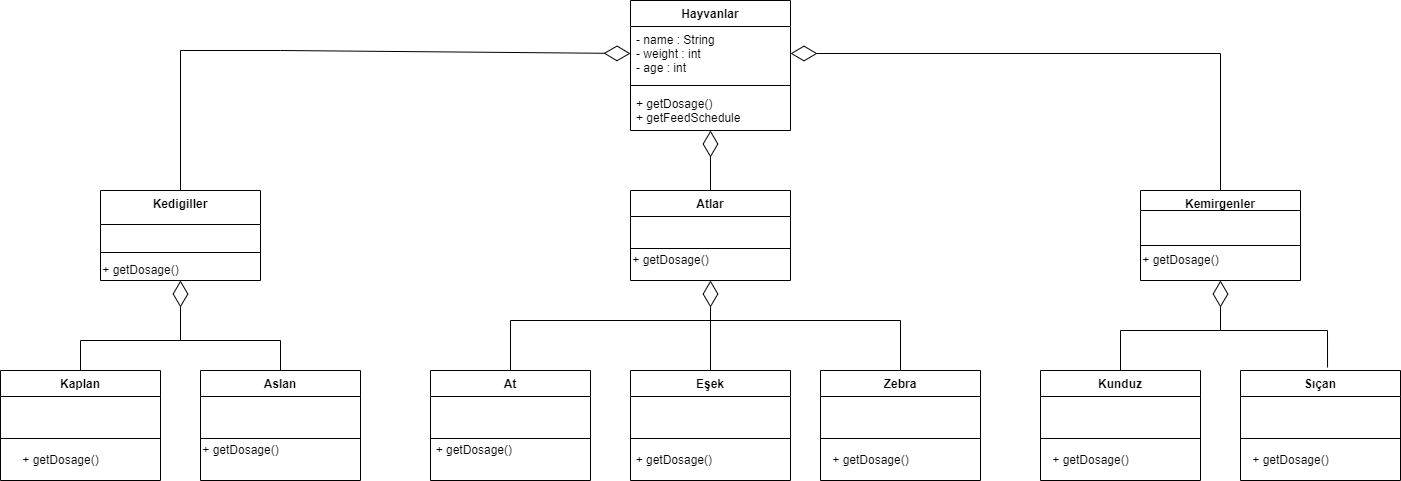
This is ZooManagementSystem.drawio.png from berkebeysi/Java101, a draw.io export, as it was before one commit. Source tidied: cells renumbered, new cells last; positions are measured from the earlier drawing's top-left corner, leaving out a move shared by most shapes. Source of this version:
```xml
<mxGraphModel>
  <root>
    <mxCell id="0" />
    <mxCell id="1" parent="0" />
    <mxCell id="2" value="Sıçan" style="swimlane;fontStyle=1;align=center;verticalAlign=top;horizontal=1;startSize=26;" parent="1" vertex="1">
      <mxGeometry x="1240" y="370" width="160" height="110" as="geometry" />
    </mxCell>
    <mxCell id="3" style="line;strokeWidth=1;fillColor=none;align=left;verticalAlign=middle;spacingTop=-1;spacingLeft=3;spacingRight=3;labelPosition=right;" parent="2" vertex="1">
      <mxGeometry y="26" width="160" height="84" as="geometry" />
    </mxCell>
    <mxCell id="4" value="Kunduz" style="swimlane;fontStyle=1;align=center;verticalAlign=top;horizontal=1;startSize=26;" parent="1" vertex="1">
      <mxGeometry x="1040" y="370" width="160" height="110" as="geometry" />
    </mxCell>
    <mxCell id="5" style="line;strokeWidth=1;fillColor=none;align=left;verticalAlign=middle;spacingTop=-1;spacingLeft=3;spacingRight=3;labelPosition=right;" parent="4" vertex="1">
      <mxGeometry y="26" width="160" height="84" as="geometry" />
    </mxCell>
    <mxCell id="6" value="Kemirgenler" style="swimlane;fontStyle=1;align=center;verticalAlign=top;horizontal=1;startSize=20;" parent="1" vertex="1">
      <mxGeometry x="1140" y="190" width="160" height="90" as="geometry" />
    </mxCell>
    <mxCell id="7" style="line;strokeWidth=1;fillColor=none;align=left;verticalAlign=middle;spacingTop=-1;spacingLeft=3;spacingRight=3;labelPosition=right;" parent="6" vertex="1">
      <mxGeometry y="20" width="160" height="70" as="geometry" />
    </mxCell>
    <mxCell id="8" value="Aslan" style="swimlane;fontStyle=1;align=center;verticalAlign=top;horizontal=1;startSize=26;" parent="1" vertex="1">
      <mxGeometry x="200" y="370" width="160" height="110" as="geometry" />
    </mxCell>
    <mxCell id="9" style="line;strokeWidth=1;fillColor=none;align=left;verticalAlign=middle;spacingTop=-1;spacingLeft=3;spacingRight=3;labelPosition=right;" parent="8" vertex="1">
      <mxGeometry y="26" width="160" height="84" as="geometry" />
    </mxCell>
    <mxCell id="10" value="Kaplan" style="swimlane;fontStyle=1;align=center;verticalAlign=top;horizontal=1;startSize=26;" parent="1" vertex="1">
      <mxGeometry y="370" width="160" height="110" as="geometry" />
    </mxCell>
    <mxCell id="11" style="line;strokeWidth=1;fillColor=none;align=left;verticalAlign=middle;spacingTop=-1;spacingLeft=3;spacingRight=3;labelPosition=right;" parent="10" vertex="1">
      <mxGeometry y="26" width="160" height="84" as="geometry" />
    </mxCell>
    <mxCell id="12" value="Kedigiller" style="swimlane;fontStyle=1;align=center;verticalAlign=top;horizontal=1;startSize=34;" parent="1" vertex="1">
      <mxGeometry x="100" y="190" width="160" height="90" as="geometry" />
    </mxCell>
    <mxCell id="13" style="line;strokeWidth=1;fillColor=none;align=left;verticalAlign=middle;spacingTop=-1;spacingLeft=3;spacingRight=3;labelPosition=right;" parent="12" vertex="1">
      <mxGeometry y="34" width="160" height="56" as="geometry" />
    </mxCell>
    <mxCell id="14" value="Eşek" style="swimlane;fontStyle=1;align=center;verticalAlign=top;horizontal=1;startSize=26;" parent="1" vertex="1">
      <mxGeometry x="630" y="370" width="160" height="110" as="geometry" />
    </mxCell>
    <mxCell id="15" style="line;strokeWidth=1;fillColor=none;align=left;verticalAlign=middle;spacingTop=-1;spacingLeft=3;spacingRight=3;labelPosition=right;" parent="14" vertex="1">
      <mxGeometry y="26" width="160" height="84" as="geometry" />
    </mxCell>
    <mxCell id="16" value="Zebra" style="swimlane;fontStyle=1;align=center;verticalAlign=top;horizontal=1;startSize=26;" parent="1" vertex="1">
      <mxGeometry x="820" y="370" width="160" height="110" as="geometry" />
    </mxCell>
    <mxCell id="17" style="line;strokeWidth=1;fillColor=none;align=left;verticalAlign=middle;spacingTop=-1;spacingLeft=3;spacingRight=3;labelPosition=right;" parent="16" vertex="1">
      <mxGeometry y="26" width="160" height="84" as="geometry" />
    </mxCell>
    <mxCell id="18" value="At" style="swimlane;fontStyle=1;align=center;verticalAlign=top;horizontal=1;startSize=26;" parent="1" vertex="1">
      <mxGeometry x="430" y="370" width="160" height="110" as="geometry" />
    </mxCell>
    <mxCell id="19" style="line;strokeWidth=1;fillColor=none;align=left;verticalAlign=middle;spacingTop=-1;spacingLeft=3;spacingRight=3;labelPosition=right;" parent="18" vertex="1">
      <mxGeometry y="26" width="160" height="84" as="geometry" />
    </mxCell>
    <mxCell id="20" value="Atlar" style="swimlane;fontStyle=1;align=center;verticalAlign=top;horizontal=1;startSize=26;" parent="1" vertex="1">
      <mxGeometry x="630" y="190" width="160" height="90" as="geometry" />
    </mxCell>
    <mxCell id="21" style="line;strokeWidth=1;fillColor=none;align=left;verticalAlign=middle;spacingTop=-1;spacingLeft=3;spacingRight=3;labelPosition=right;points=[];portConstraint=eastwest;" parent="20" vertex="1">
      <mxGeometry y="26" width="160" height="64" as="geometry" />
    </mxCell>
    <mxCell id="22" value="Hayvanlar&#10;" style="swimlane;fontStyle=1;align=center;verticalAlign=top;horizontal=1;startSize=26;" parent="1" vertex="1">
      <mxGeometry x="630" width="160" height="130" as="geometry" />
    </mxCell>
    <mxCell id="23" value="- name : String&#10;- weight : int&#10;- age : int" style="text;strokeColor=none;fillColor=none;align=left;verticalAlign=top;spacingLeft=4;spacingRight=4;overflow=hidden;points=[[0,0.5],[1,0.5]];portConstraint=eastwest;" parent="22" vertex="1">
      <mxGeometry y="26" width="160" height="54" as="geometry" />
    </mxCell>
    <mxCell id="24" style="line;strokeWidth=1;fillColor=none;align=left;verticalAlign=middle;spacingTop=-1;spacingLeft=3;spacingRight=3;labelPosition=right;" parent="22" vertex="1">
      <mxGeometry y="80" width="160" height="10" as="geometry" />
    </mxCell>
    <mxCell id="25" value="+ getDosage()&#10;+ getFeedSchedule" style="text;strokeColor=none;fillColor=none;align=left;verticalAlign=top;spacingLeft=4;spacingRight=4;overflow=hidden;" parent="22" vertex="1">
      <mxGeometry y="90" width="160" height="40" as="geometry" />
    </mxCell>
    <mxCell id="26" style="endArrow=diamondThin;endFill=0;endSize=24;html=1;rounded=0;exitX=0.5;exitY=0;exitDx=0;exitDy=0;" parent="1" edge="1" source="20">
      <mxGeometry relative="1" as="geometry">
        <mxPoint x="710" y="130" as="targetPoint" />
      </mxGeometry>
    </mxCell>
    <mxCell id="27" style="endArrow=diamondThin;endFill=0;endSize=24;html=1;rounded=0;exitX=0.5;exitY=0;exitDx=0;exitDy=0;entryX=0;entryY=0.5;entryDx=0;entryDy=0;" parent="1" edge="1" source="12" target="23">
      <mxGeometry relative="1" as="geometry">
        <Array as="points">
          <mxPoint x="180" y="50" />
          <mxPoint x="280" y="50" />
        </Array>
      </mxGeometry>
    </mxCell>
    <mxCell id="28" style="endArrow=diamondThin;endFill=0;endSize=24;html=1;rounded=0;exitX=0.5;exitY=0;exitDx=0;exitDy=0;entryX=1;entryY=0.5;entryDx=0;entryDy=0;" parent="1" edge="1" source="6" target="23">
      <mxGeometry relative="1" as="geometry">
        <Array as="points">
          <mxPoint x="1220" y="53" />
        </Array>
      </mxGeometry>
    </mxCell>
    <mxCell id="29" style="endArrow=none;html=1;rounded=0;entryX=0.5;entryY=0;entryDx=0;entryDy=0;exitX=0.5;exitY=0;exitDx=0;exitDy=0;" parent="1" edge="1" source="18" target="16">
      <mxGeometry relative="1" as="geometry">
        <Array as="points">
          <mxPoint x="510" y="320" />
          <mxPoint x="900" y="320" />
        </Array>
      </mxGeometry>
    </mxCell>
    <mxCell id="30" style="endArrow=none;html=1;rounded=0;entryX=0.5;entryY=0;entryDx=0;entryDy=0;" parent="1" edge="1" target="14">
      <mxGeometry relative="1" as="geometry">
        <mxPoint x="710" y="320" as="sourcePoint" />
      </mxGeometry>
    </mxCell>
    <mxCell id="31" style="endArrow=diamondThin;endFill=0;endSize=24;html=1;rounded=0;" parent="1" edge="1" target="21">
      <mxGeometry relative="1" as="geometry">
        <mxPoint x="710" y="320" as="sourcePoint" />
      </mxGeometry>
    </mxCell>
    <mxCell id="32" style="endArrow=none;html=1;rounded=0;entryX=0.5;entryY=0;entryDx=0;entryDy=0;exitX=0.5;exitY=0;exitDx=0;exitDy=0;" parent="1" edge="1" source="10" target="8">
      <mxGeometry relative="1" as="geometry">
        <Array as="points">
          <mxPoint x="80" y="340" />
          <mxPoint x="280" y="340" />
        </Array>
      </mxGeometry>
    </mxCell>
    <mxCell id="33" style="endArrow=diamondThin;endFill=0;endSize=24;html=1;rounded=0;entryX=0.5;entryY=1;entryDx=0;entryDy=0;" parent="1" edge="1" target="12">
      <mxGeometry relative="1" as="geometry">
        <mxPoint x="180" y="340" as="sourcePoint" />
      </mxGeometry>
    </mxCell>
    <mxCell id="34" style="endArrow=none;html=1;rounded=0;exitX=0.5;exitY=0;exitDx=0;exitDy=0;entryX=0.544;entryY=-0.027;entryDx=0;entryDy=0;entryPerimeter=0;" parent="1" edge="1" source="4" target="2">
      <mxGeometry relative="1" as="geometry">
        <Array as="points">
          <mxPoint x="1120" y="330" />
          <mxPoint x="1327" y="330" />
        </Array>
      </mxGeometry>
    </mxCell>
    <mxCell id="35" style="endArrow=diamondThin;endFill=0;endSize=24;html=1;rounded=0;entryX=0.5;entryY=1;entryDx=0;entryDy=0;" parent="1" edge="1" target="6">
      <mxGeometry relative="1" as="geometry">
        <mxPoint x="1220" y="330" as="sourcePoint" />
      </mxGeometry>
    </mxCell>
    <mxCell id="36" value="&lt;span style=&quot;text-align: left;&quot;&gt;+ getDosage()&lt;/span&gt;" style="text;html=1;align=center;verticalAlign=middle;strokeColor=none;fillColor=none;" parent="1" vertex="1">
      <mxGeometry x="625" y="250" width="90" height="20" as="geometry" />
    </mxCell>
    <mxCell id="37" value="&lt;span style=&quot;text-align: left;&quot;&gt;+ getDosage()&lt;/span&gt;" style="text;html=1;align=center;verticalAlign=middle;strokeColor=none;fillColor=none;" parent="1" vertex="1">
      <mxGeometry x="95" y="260" width="90" height="20" as="geometry" />
    </mxCell>
    <mxCell id="38" value="&lt;span style=&quot;text-align: left;&quot;&gt;+ getDosage()&lt;/span&gt;" style="text;html=1;align=center;verticalAlign=middle;strokeColor=none;fillColor=none;" parent="1" vertex="1">
      <mxGeometry x="15" y="450" width="90" height="20" as="geometry" />
    </mxCell>
    <mxCell id="39" value="&lt;span style=&quot;text-align: left;&quot;&gt;+ getDosage()&lt;/span&gt;" style="text;html=1;align=center;verticalAlign=middle;strokeColor=none;fillColor=none;" parent="1" vertex="1">
      <mxGeometry x="195" y="440" width="90" height="20" as="geometry" />
    </mxCell>
    <mxCell id="40" value="&lt;span style=&quot;text-align: left;&quot;&gt;&amp;nbsp; &amp;nbsp; &amp;nbsp; &amp;nbsp; + getDosage()&lt;/span&gt;" style="text;html=1;align=center;verticalAlign=middle;strokeColor=none;fillColor=none;" parent="1" vertex="1">
      <mxGeometry x="400" y="440" width="120" height="20" as="geometry" />
    </mxCell>
    <mxCell id="41" value="&lt;span style=&quot;text-align: left;&quot;&gt;&amp;nbsp; &amp;nbsp; &amp;nbsp; &amp;nbsp; + getDosage()&lt;/span&gt;" style="text;html=1;align=center;verticalAlign=middle;strokeColor=none;fillColor=none;" parent="1" vertex="1">
      <mxGeometry x="600" y="450" width="120" height="20" as="geometry" />
    </mxCell>
    <mxCell id="42" value="&lt;span style=&quot;text-align: left;&quot;&gt;+ getDosage()&lt;/span&gt;" style="text;html=1;align=center;verticalAlign=middle;strokeColor=none;fillColor=none;" parent="1" vertex="1">
      <mxGeometry x="825" y="450" width="90" height="20" as="geometry" />
    </mxCell>
    <mxCell id="43" value="&lt;span style=&quot;text-align: left;&quot;&gt;+ getDosage()&lt;/span&gt;" style="text;html=1;align=center;verticalAlign=middle;strokeColor=none;fillColor=none;" parent="1" vertex="1">
      <mxGeometry x="1045" y="450" width="90" height="20" as="geometry" />
    </mxCell>
    <mxCell id="44" value="&lt;span style=&quot;text-align: left;&quot;&gt;+ getDosage()&lt;/span&gt;" style="text;html=1;align=center;verticalAlign=middle;strokeColor=none;fillColor=none;" parent="1" vertex="1">
      <mxGeometry x="1245" y="450" width="90" height="20" as="geometry" />
    </mxCell>
    <mxCell id="45" value="&lt;span style=&quot;text-align: left;&quot;&gt;+ getDosage()&lt;/span&gt;" style="text;html=1;align=center;verticalAlign=middle;strokeColor=none;fillColor=none;" parent="1" vertex="1">
      <mxGeometry x="1135" y="250" width="90" height="20" as="geometry" />
    </mxCell>
  </root>
</mxGraphModel>
```
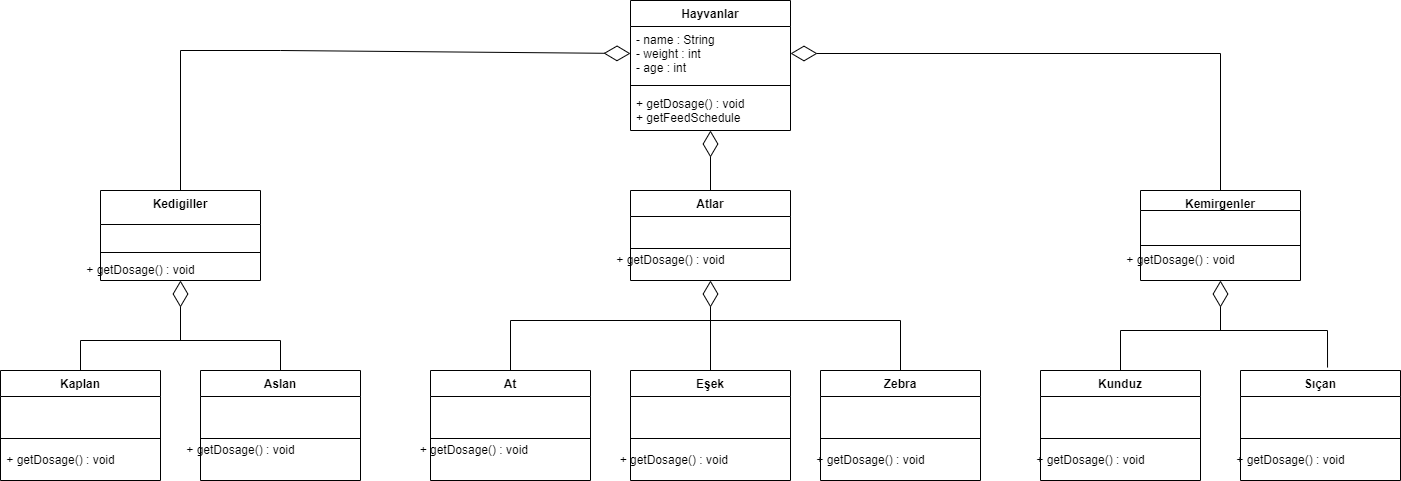
Later version of the same file.

The edit, as a diff of the source:
```diff
@@ -71,7 +71,7 @@
     <mxCell id="24" style="line;strokeWidth=1;fillColor=none;align=left;verticalAlign=middle;spacingTop=-1;spacingLeft=3;spacingRight=3;labelPosition=right;" parent="22" vertex="1">
       <mxGeometry y="80" width="160" height="10" as="geometry" />
     </mxCell>
-    <mxCell id="25" value="+ getDosage()&#10;+ getFeedSchedule" style="text;strokeColor=none;fillColor=none;align=left;verticalAlign=top;spacingLeft=4;spacingRight=4;overflow=hidden;" parent="22" vertex="1">
+    <mxCell id="25" value="+ getDosage() : void&#10;+ getFeedSchedule" style="text;strokeColor=none;fillColor=none;align=left;verticalAlign=top;spacingLeft=4;spacingRight=4;overflow=hidden;" parent="22" vertex="1">
       <mxGeometry y="90" width="160" height="40" as="geometry" />
     </mxCell>
     <mxCell id="26" style="endArrow=diamondThin;endFill=0;endSize=24;html=1;rounded=0;exitX=0.5;exitY=0;exitDx=0;exitDy=0;" parent="1" edge="1" source="20">
@@ -138,35 +138,35 @@
         <mxPoint x="1220" y="330" as="sourcePoint" />
       </mxGeometry>
     </mxCell>
-    <mxCell id="36" value="&lt;span style=&quot;text-align: left;&quot;&gt;+ getDosage()&lt;/span&gt;" style="text;html=1;align=center;verticalAlign=middle;strokeColor=none;fillColor=none;" parent="1" vertex="1">
-      <mxGeometry x="625" y="250" width="90" height="20" as="geometry" />
+    <mxCell id="36" value="&lt;span style=&quot;text-align: left;&quot;&gt;+ getDosage() : void&lt;/span&gt;" style="text;html=1;align=center;verticalAlign=middle;strokeColor=none;fillColor=none;" parent="1" vertex="1">
+      <mxGeometry x="610" y="250" width="120" height="20" as="geometry" />
     </mxCell>
-    <mxCell id="37" value="&lt;span style=&quot;text-align: left;&quot;&gt;+ getDosage()&lt;/span&gt;" style="text;html=1;align=center;verticalAlign=middle;strokeColor=none;fillColor=none;" parent="1" vertex="1">
-      <mxGeometry x="95" y="260" width="90" height="20" as="geometry" />
+    <mxCell id="37" value="&lt;span style=&quot;text-align: left;&quot;&gt;+ getDosage() : void&lt;/span&gt;" style="text;html=1;align=center;verticalAlign=middle;strokeColor=none;fillColor=none;" parent="1" vertex="1">
+      <mxGeometry x="80" y="260" width="120" height="20" as="geometry" />
     </mxCell>
-    <mxCell id="38" value="&lt;span style=&quot;text-align: left;&quot;&gt;+ getDosage()&lt;/span&gt;" style="text;html=1;align=center;verticalAlign=middle;strokeColor=none;fillColor=none;" parent="1" vertex="1">
-      <mxGeometry x="15" y="450" width="90" height="20" as="geometry" />
+    <mxCell id="38" value="&lt;span style=&quot;text-align: left;&quot;&gt;+ getDosage() : void&lt;/span&gt;" style="text;html=1;align=center;verticalAlign=middle;strokeColor=none;fillColor=none;" parent="1" vertex="1">
+      <mxGeometry y="450" width="120" height="20" as="geometry" />
     </mxCell>
-    <mxCell id="39" value="&lt;span style=&quot;text-align: left;&quot;&gt;+ getDosage()&lt;/span&gt;" style="text;html=1;align=center;verticalAlign=middle;strokeColor=none;fillColor=none;" parent="1" vertex="1">
-      <mxGeometry x="195" y="440" width="90" height="20" as="geometry" />
+    <mxCell id="39" value="&lt;span style=&quot;text-align: left;&quot;&gt;+ getDosage() : void&lt;/span&gt;" style="text;html=1;align=center;verticalAlign=middle;strokeColor=none;fillColor=none;" parent="1" vertex="1">
+      <mxGeometry x="180" y="440" width="120" height="20" as="geometry" />
     </mxCell>
-    <mxCell id="40" value="&lt;span style=&quot;text-align: left;&quot;&gt;&amp;nbsp; &amp;nbsp; &amp;nbsp; &amp;nbsp; + getDosage()&lt;/span&gt;" style="text;html=1;align=center;verticalAlign=middle;strokeColor=none;fillColor=none;" parent="1" vertex="1">
-      <mxGeometry x="400" y="440" width="120" height="20" as="geometry" />
+    <mxCell id="40" value="&lt;span style=&quot;text-align: left;&quot;&gt;&amp;nbsp; &amp;nbsp; &amp;nbsp; &amp;nbsp; + getDosage() : void&lt;/span&gt;" style="text;html=1;align=center;verticalAlign=middle;strokeColor=none;fillColor=none;" parent="1" vertex="1">
+      <mxGeometry x="385" y="440" width="150" height="20" as="geometry" />
     </mxCell>
-    <mxCell id="41" value="&lt;span style=&quot;text-align: left;&quot;&gt;&amp;nbsp; &amp;nbsp; &amp;nbsp; &amp;nbsp; + getDosage()&lt;/span&gt;" style="text;html=1;align=center;verticalAlign=middle;strokeColor=none;fillColor=none;" parent="1" vertex="1">
-      <mxGeometry x="600" y="450" width="120" height="20" as="geometry" />
+    <mxCell id="41" value="&lt;span style=&quot;text-align: left;&quot;&gt;&amp;nbsp; &amp;nbsp; &amp;nbsp; &amp;nbsp; + getDosage() : void&lt;/span&gt;" style="text;html=1;align=center;verticalAlign=middle;strokeColor=none;fillColor=none;" parent="1" vertex="1">
+      <mxGeometry x="585" y="450" width="150" height="20" as="geometry" />
     </mxCell>
-    <mxCell id="42" value="&lt;span style=&quot;text-align: left;&quot;&gt;+ getDosage()&lt;/span&gt;" style="text;html=1;align=center;verticalAlign=middle;strokeColor=none;fillColor=none;" parent="1" vertex="1">
-      <mxGeometry x="825" y="450" width="90" height="20" as="geometry" />
+    <mxCell id="42" value="&lt;span style=&quot;text-align: left;&quot;&gt;+ getDosage() : void&lt;/span&gt;" style="text;html=1;align=center;verticalAlign=middle;strokeColor=none;fillColor=none;" parent="1" vertex="1">
+      <mxGeometry x="810" y="450" width="120" height="20" as="geometry" />
     </mxCell>
-    <mxCell id="43" value="&lt;span style=&quot;text-align: left;&quot;&gt;+ getDosage()&lt;/span&gt;" style="text;html=1;align=center;verticalAlign=middle;strokeColor=none;fillColor=none;" parent="1" vertex="1">
-      <mxGeometry x="1045" y="450" width="90" height="20" as="geometry" />
+    <mxCell id="43" value="&lt;span style=&quot;text-align: left;&quot;&gt;+ getDosage() : void&lt;/span&gt;" style="text;html=1;align=center;verticalAlign=middle;strokeColor=none;fillColor=none;" parent="1" vertex="1">
+      <mxGeometry x="1030" y="450" width="120" height="20" as="geometry" />
     </mxCell>
-    <mxCell id="44" value="&lt;span style=&quot;text-align: left;&quot;&gt;+ getDosage()&lt;/span&gt;" style="text;html=1;align=center;verticalAlign=middle;strokeColor=none;fillColor=none;" parent="1" vertex="1">
-      <mxGeometry x="1245" y="450" width="90" height="20" as="geometry" />
+    <mxCell id="44" value="&lt;span style=&quot;text-align: left;&quot;&gt;+ getDosage() : void&lt;/span&gt;" style="text;html=1;align=center;verticalAlign=middle;strokeColor=none;fillColor=none;" parent="1" vertex="1">
+      <mxGeometry x="1230" y="450" width="120" height="20" as="geometry" />
     </mxCell>
-    <mxCell id="45" value="&lt;span style=&quot;text-align: left;&quot;&gt;+ getDosage()&lt;/span&gt;" style="text;html=1;align=center;verticalAlign=middle;strokeColor=none;fillColor=none;" parent="1" vertex="1">
-      <mxGeometry x="1135" y="250" width="90" height="20" as="geometry" />
+    <mxCell id="45" value="&lt;span style=&quot;text-align: left;&quot;&gt;+ getDosage() : void&lt;/span&gt;" style="text;html=1;align=center;verticalAlign=middle;strokeColor=none;fillColor=none;" parent="1" vertex="1">
+      <mxGeometry x="1120" y="250" width="120" height="20" as="geometry" />
     </mxCell>
   </root>
 </mxGraphModel>
```
